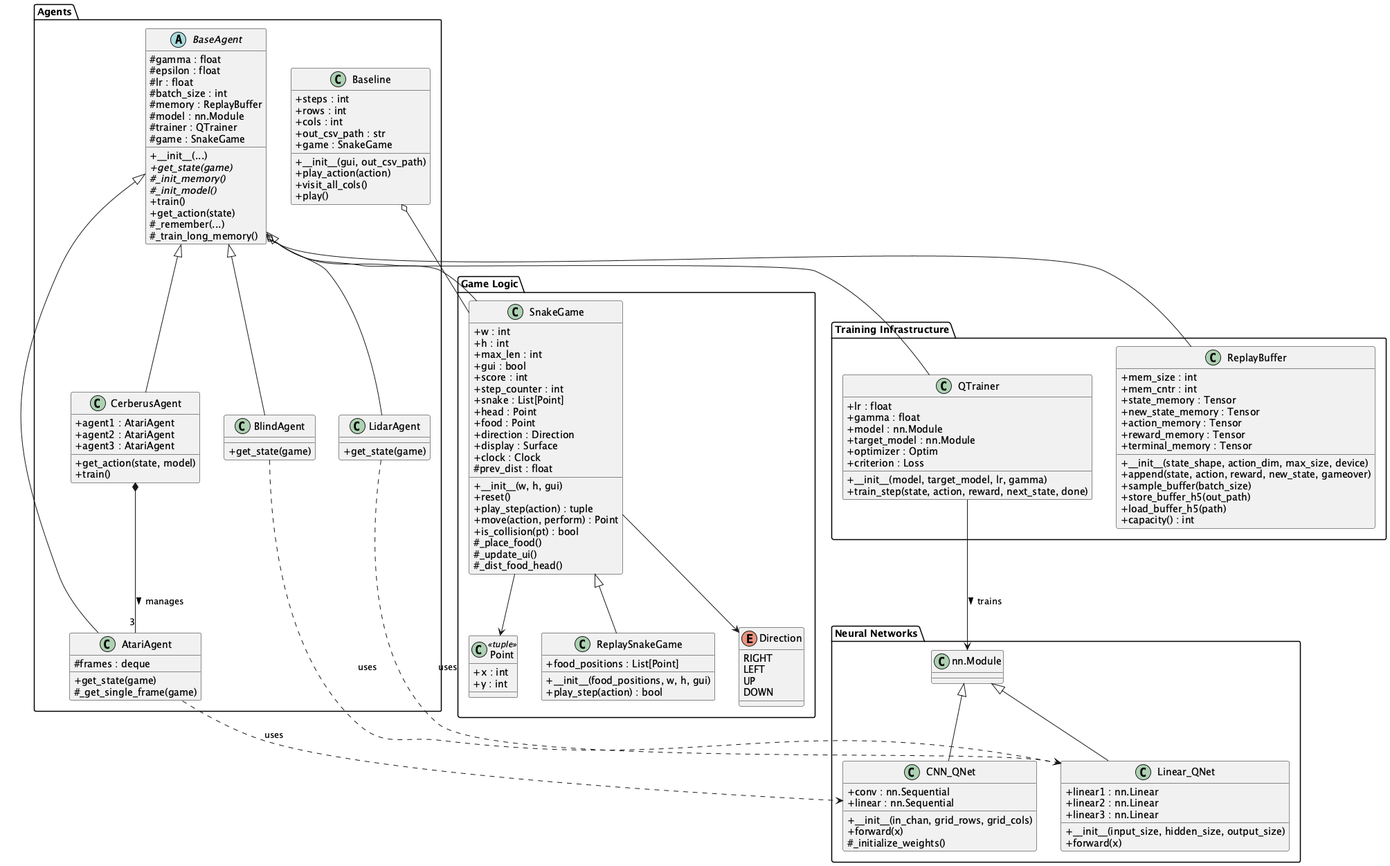
The PlantUML diagram output/uml/class_diag.png in luca037/Snake-RL, before a commit. Source of this version:
```plantuml
@startuml

skinparam classAttributeIconSize 0


package "Game Logic" {
    enum Direction {
        RIGHT
        LEFT
        UP
        DOWN
    }

    class Point <<tuple>> {
        + x : int
        + y : int
    }

    class SnakeGame {
        + w : int
        + h : int
        + max_len : int
        + gui : bool
        + score : int
        + step_counter : int
        + snake : List[Point]
        + head : Point
        + food : Point
        + direction : Direction
        + display : Surface
        + clock : Clock
        # prev_dist : float

        + __init__(w, h, gui)
        + reset()
        + play_step(action) : tuple
        + move(action, perform) : Point
        + is_collision(pt) : bool
        # _place_food()
        # _update_ui()
        # _dist_food_head()
    }

    class ReplaySnakeGame {
        + food_positions : List[Point]
        + __init__(food_positions, w, h, gui)
        + play_step(action) : bool
    }
}

package "Neural Networks" {
    class "nn.Module" as nnModule {
    }

    class Linear_QNet {
        + linear1 : nn.Linear
        + linear2 : nn.Linear
        + linear3 : nn.Linear
        + __init__(input_size, hidden_size, output_size)
        + forward(x)
    }

    class CNN_QNet {
        + conv : nn.Sequential
        + linear : nn.Sequential
        + __init__(in_chan, grid_rows, grid_cols)
        + forward(x)
        # _initialize_weights()
    }
}

package "Training Infrastructure" {
    class ReplayBuffer {
        + mem_size : int
        + mem_cntr : int
        + state_memory : Tensor
        + new_state_memory : Tensor
        + action_memory : Tensor
        + reward_memory : Tensor
        + terminal_memory : Tensor
        + __init__(state_shape, action_dim, max_size, device)
        + append(state, action, reward, new_state, gameover)
        + sample_buffer(batch_size)
        + store_buffer_h5(out_path)
        + load_buffer_h5(path)
        + capacity() : int
    }

    class QTrainer {
        + lr : float
        + gamma : float
        + model : nn.Module
        + target_model : nn.Module
        + optimizer : Optim
        + criterion : Loss
        + __init__(model, target_model, lr, gamma)
        + train_step(state, action, reward, next_state, done)
    }
}

package "Agents" {
    abstract class BaseAgent {
        # gamma : float
        # epsilon : float
        # lr : float
        # batch_size : int
        # memory : ReplayBuffer
        # model : nn.Module
        # trainer : QTrainer
        # game : SnakeGame
        + __init__(...)
        {abstract} + get_state(game)
        {abstract} # _init_memory()
        {abstract} # _init_model()
        + train()
        + get_action(state)
        # _remember(...)
        # _train_long_memory()
    }

    class BlindAgent {
        + get_state(game)
    }

    class LidarAgent {
        + get_state(game)
    }

    class AtariAgent {
        # frames : deque
        + get_state(game)
        # _get_single_frame(game)
    }

    class CerberusAgent {
        + agent1 : AtariAgent
        + agent2 : AtariAgent
        + agent3 : AtariAgent
        + get_action(state, model)
        + train()
    }

    class Baseline {
        + steps : int
        + rows : int
        + cols : int
        + out_csv_path : str
        + game : SnakeGame
        + __init__(gui, out_csv_path)
        + play_action(action)
        + visit_all_cols()
        + play()
    }
}


SnakeGame <|-- ReplaySnakeGame
nnModule <|-- Linear_QNet
nnModule <|-- CNN_QNet
BaseAgent <|-- BlindAgent
BaseAgent <|-- LidarAgent
BaseAgent <|-- AtariAgent
BaseAgent <|-- CerberusAgent

SnakeGame --> Direction
SnakeGame --> Point

BaseAgent o-- SnakeGame
BaseAgent o-- ReplayBuffer
BaseAgent o-- QTrainer
Baseline o-- SnakeGame

QTrainer --> nnModule : trains >
CerberusAgent *-- "3" AtariAgent : manages >

BlindAgent ..> Linear_QNet : uses
LidarAgent ..> Linear_QNet : uses
AtariAgent ..> CNN_QNet : uses

@enduml
```
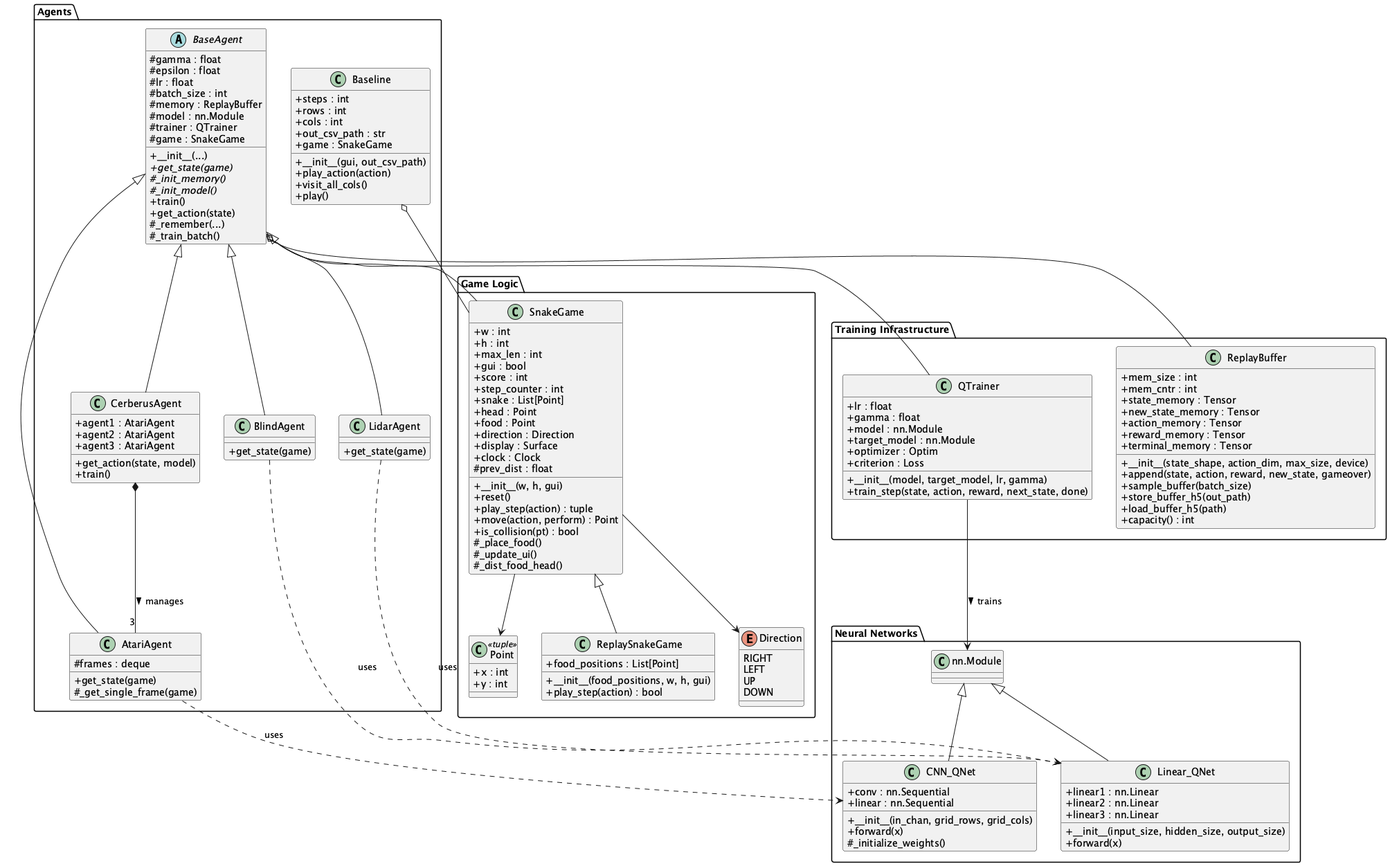
Above is the later version.

The edit, as a diff of the source:
```diff
@@ -115,7 +115,7 @@
         + train()
         + get_action(state)
         # _remember(...)
-        # _train_long_memory()
+        # _train_batch()
     }
 
     class BlindAgent {
```
